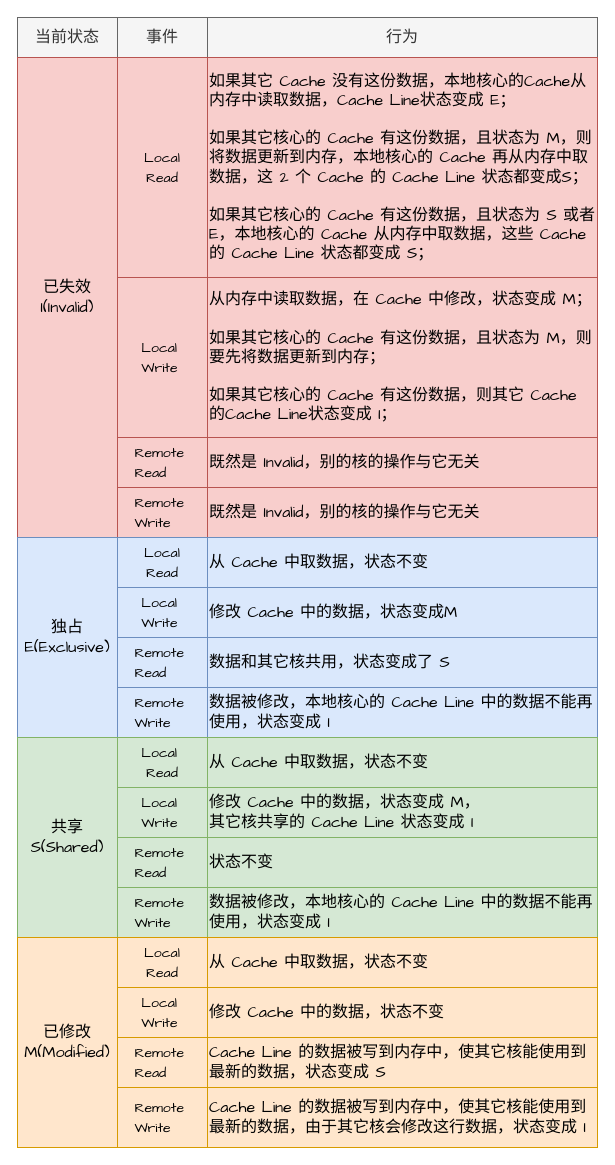
Before: 操作系统/CPU缓存一致性/ MESI状态转换表格.drawio in xiaolincoder/ImageHost3, a draw.io diagram. Source tidied: cells renumbered, new cells numbered last; positions are measured from the earlier drawing's top-left corner, leaving out a move shared by most shapes. Both pictures are drawn from the tidied source at 100%, with x=0, y=0 at pixel (17, 17).
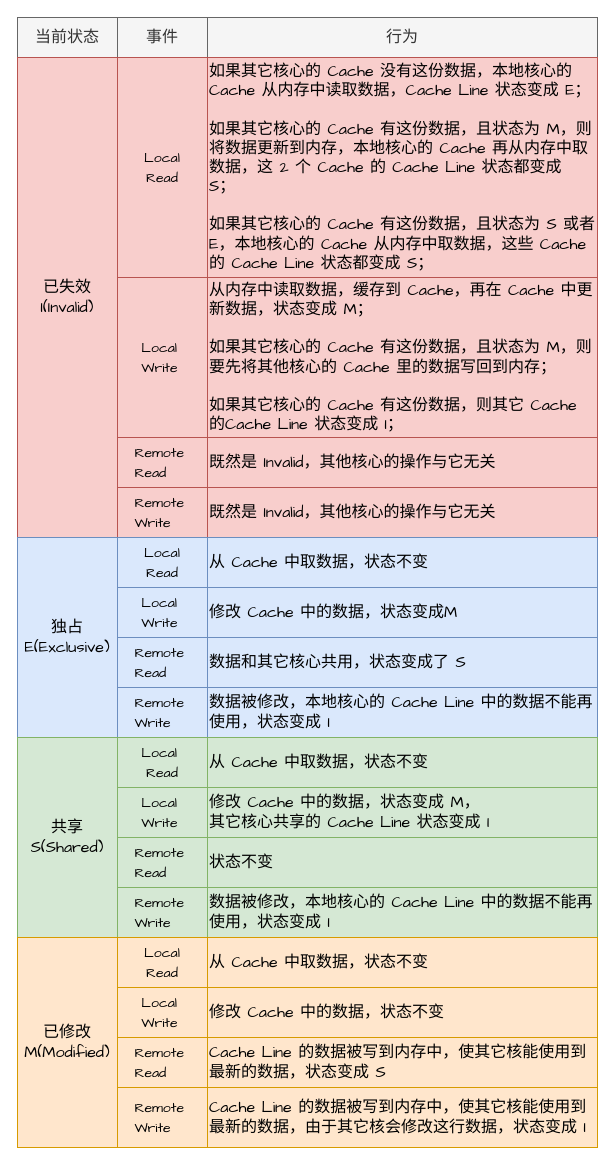
The same page after the edit.

Commit message:
Update  MESI状态转换表格.drawio

The change refers to these unchanged cells:
```xml
<mxCell id="33" style="group;fontFamily=Comic Sans MS;fillColor=#d5e8d4;strokeColor=#82b366;" parent="1" vertex="1">
  <mxGeometry x="100" y="770" width="480" height="50" as="geometry" />
</mxCell>
```

Change to the diagram source:
```diff
@@
-    <mxCell id="6" value="&lt;div&gt;如果其它 Cache 没有这份数据，本地核心的Cache从内存中读取数据，Cache Line状态变成 E；&lt;/div&gt;&lt;div&gt;&lt;br&gt;&lt;/div&gt;&lt;div&gt;如果其它核心的 Cache 有这份数据，且状态为 M，则将数据更新到内存，本地核心的 Cache 再从内存中取数据，这 2 个 Cache 的 Cache Line 状态都变成S；&amp;nbsp;&lt;/div&gt;&lt;div&gt;&lt;br&gt;&lt;/div&gt;&lt;div&gt;如果其它核心的 Cache 有这份数据，且状态为 S 或者E，本地核心的 Cache 从内存中取数据，这些 Cache 的 Cache Line 状态都变成 S；&lt;/div&gt;" style="rounded=0;whiteSpace=wrap;html=1;fillColor=#f8cecc;fontSize=16;align=left;fontFamily=Comic Sans MS;strokeColor=#b85450;" parent="1" vertex="1">
+    <mxCell id="6" value="&lt;div&gt;如果其它核心的 Cache 没有这份数据，本地核心的 Cache 从内存中读取数据，Cache Line 状态变成 E；&lt;/div&gt;&lt;div&gt;&lt;br&gt;&lt;/div&gt;&lt;div&gt;如果其它核心的 Cache 有这份数据，且状态为 M，则将数据更新到内存，本地核心的 Cache 再从内存中取数据，这 2 个 Cache 的 Cache Line 状态都变成 S；&amp;nbsp;&lt;/div&gt;&lt;div&gt;&lt;br&gt;&lt;/div&gt;&lt;div&gt;如果其它核心的 Cache 有这份数据，且状态为 S 或者E，本地核心的 Cache 从内存中取数据，这些 Cache 的 Cache Line 状态都变成 S；&lt;/div&gt;" style="rounded=0;whiteSpace=wrap;html=1;fillColor=#f8cecc;fontSize=16;align=left;fontFamily=Comic Sans MS;strokeColor=#b85450;" parent="1" vertex="1">
       <mxGeometry x="190" y="40" width="390" height="220" as="geometry" />
     </mxCell>
-    <mxCell id="7" value="&lt;div&gt;从内存中读取数据，在 Cache 中修改，状态变成 M；&lt;/div&gt;&lt;div&gt;&lt;br&gt;&lt;/div&gt;&lt;div&gt;如果其它核心的 Cache 有这份数据，且状态为 M，则要先将数据更新到内存；&lt;/div&gt;&lt;div&gt;&lt;br&gt;&lt;/div&gt;&lt;div&gt;如果其它核心的 Cache 有这份数据，则其它 Cache 的Cache Line状态变成 I；&lt;/div&gt;" style="rounded=0;whiteSpace=wrap;html=1;fillColor=#f8cecc;fontSize=16;align=left;fontFamily=Comic Sans MS;strokeColor=#b85450;" parent="1" vertex="1">
+    <mxCell id="7" value="&lt;div&gt;从内存中读取数据，缓存到 Cache，再在 Cache 中更新数据，状态变成 M；&lt;/div&gt;&lt;div&gt;&lt;br&gt;&lt;/div&gt;&lt;div&gt;如果其它核心的 Cache 有这份数据，且状态为 M，则要先将其他核心的 Cache 里的数据写回到内存；&lt;/div&gt;&lt;div&gt;&lt;br&gt;&lt;/div&gt;&lt;div&gt;如果其它核心的 Cache 有这份数据，则其它 Cache 的Cache Line 状态变成 I；&lt;/div&gt;" style="rounded=0;whiteSpace=wrap;html=1;fillColor=#f8cecc;fontSize=16;align=left;fontFamily=Comic Sans MS;strokeColor=#b85450;" parent="1" vertex="1">
       <mxGeometry x="190" y="260" width="390" height="160" as="geometry" />
     </mxCell>
@@
-    <mxCell id="9" value="既然是 Invalid，别的核的操作与它无关" style="rounded=0;whiteSpace=wrap;html=1;fillColor=#f8cecc;fontSize=16;align=left;fontFamily=Comic Sans MS;strokeColor=#b85450;" parent="1" vertex="1">
+    <mxCell id="9" value="既然是 Invalid，其他核心的操作与它无关" style="rounded=0;whiteSpace=wrap;html=1;fillColor=#f8cecc;fontSize=16;align=left;fontFamily=Comic Sans MS;strokeColor=#b85450;" parent="1" vertex="1">
       <mxGeometry x="190" y="420" width="390" height="50" as="geometry" />
     </mxCell>
@@
-    <mxCell id="11" value="既然是 Invalid，别的核的操作与它无关" style="rounded=0;whiteSpace=wrap;html=1;fillColor=#f8cecc;fontSize=16;align=left;fontFamily=Comic Sans MS;strokeColor=#b85450;" parent="1" vertex="1">
+    <mxCell id="11" value="既然是 Invalid，其他核心的操作与它无关" style="rounded=0;whiteSpace=wrap;html=1;fillColor=#f8cecc;fontSize=16;align=left;fontFamily=Comic Sans MS;strokeColor=#b85450;" parent="1" vertex="1">
       <mxGeometry x="190" y="470" width="390" height="50" as="geometry" />
     </mxCell>
@@
-    <mxCell id="14" value="数据和其它核共用，状态变成了 S" style="rounded=0;whiteSpace=wrap;html=1;fillColor=#dae8fc;fontSize=16;align=left;fontFamily=Comic Sans MS;strokeColor=#6c8ebf;" parent="1" vertex="1">
+    <mxCell id="14" value="数据和其它核心共用，状态变成了 S" style="rounded=0;whiteSpace=wrap;html=1;fillColor=#dae8fc;fontSize=16;align=left;fontFamily=Comic Sans MS;strokeColor=#6c8ebf;" parent="1" vertex="1">
       <mxGeometry x="190" y="620" width="390" height="50" as="geometry" />
     </mxCell>
@@
-    <mxCell id="34" value="&lt;div&gt;修改 Cache 中的数据，状态变成 M，&lt;/div&gt;&lt;div&gt;其它核共享的 Cache Line 状态变成 I&lt;/div&gt;" style="rounded=0;whiteSpace=wrap;html=1;fillColor=#d5e8d4;fontSize=16;align=left;fontFamily=Comic Sans MS;strokeColor=#82b366;" parent="33" vertex="1">
+    <mxCell id="34" value="&lt;div&gt;修改 Cache 中的数据，状态变成 M，&lt;/div&gt;&lt;div&gt;其它核心共享的 Cache Line 状态变成 I&lt;/div&gt;" style="rounded=0;whiteSpace=wrap;html=1;fillColor=#d5e8d4;fontSize=16;align=left;fontFamily=Comic Sans MS;strokeColor=#82b366;" parent="33" vertex="1">
       <mxGeometry x="90" width="390" height="50" as="geometry" />
     </mxCell>
```
